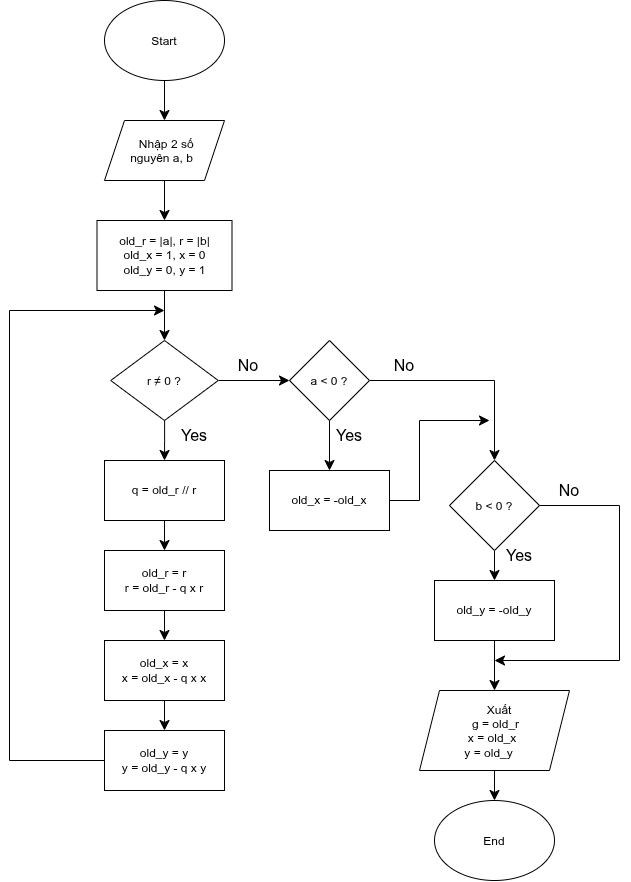
Above: assets/extended_gcd.png in quanghung4dhh/LTMM_Project (draw.io), before the change. Source tidied: cells renumbered, new cells last; positions are measured from the earlier drawing's top-left corner, leaving out a move shared by most shapes. The source it was exported from:
```xml
<mxGraphModel>
  <root>
    <mxCell id="0" />
    <mxCell id="1" parent="0" />
    <mxCell id="2" style="edgeStyle=orthogonalEdgeStyle;curved=1;rounded=0;curveGeometry=1;jettySize=auto;html=1;fontSize=12;defaultLabelBackgroundColor=page;startSize=8;endSize=8;" parent="1" edge="1" source="3" target="5">
      <mxGeometry relative="1" as="geometry" />
    </mxCell>
    <mxCell id="3" value="Start" style="ellipse;whiteSpace=wrap;html=1;shapeInside=1;" parent="1" vertex="1">
      <mxGeometry x="95" width="120" height="80" as="geometry" />
    </mxCell>
    <mxCell id="4" style="edgeStyle=orthogonalEdgeStyle;curved=1;rounded=0;curveGeometry=1;jettySize=auto;html=1;fontSize=12;defaultLabelBackgroundColor=page;startSize=8;endSize=8;" parent="1" edge="1" source="5" target="7">
      <mxGeometry relative="1" as="geometry" />
    </mxCell>
    <mxCell id="5" value="Nhập 2 số nguyên a, b" style="shape=parallelogram;perimeter=parallelogramPerimeter;whiteSpace=wrap;html=1;shapeInside=1;fixedSize=1;" parent="1" vertex="1">
      <mxGeometry x="95" y="120" width="120" height="60" as="geometry" />
    </mxCell>
    <mxCell id="6" style="edgeStyle=orthogonalEdgeStyle;curved=0;rounded=0;jettySize=auto;html=1;entryX=0.5;entryY=0;entryDx=0;entryDy=0;fontSize=12;defaultLabelBackgroundColor=page;startSize=8;endSize=8;" parent="1" edge="1" source="7" target="10">
      <mxGeometry relative="1" as="geometry" />
    </mxCell>
    <mxCell id="7" value="old_r = |a|,&amp;nbsp;&lt;span style=&quot;background-color: transparent; color: light-dark(#000000, var(--ge-light-color, #ffffff));&quot;&gt;r = |b|&lt;/span&gt;&lt;div&gt;old_x = 1,&amp;nbsp;&lt;span style=&quot;background-color: transparent; color: light-dark(#000000, var(--ge-light-color, #ffffff));&quot;&gt;x = 0&lt;/span&gt;&lt;/div&gt;&lt;div&gt;old_y = 0,&amp;nbsp;&lt;span style=&quot;background-color: transparent; color: light-dark(#000000, var(--ge-light-color, #ffffff));&quot;&gt;y = 1&lt;/span&gt;&lt;/div&gt;" style="whiteSpace=wrap;html=1;" parent="1" vertex="1">
      <mxGeometry x="87.5" y="220" width="135" height="70" as="geometry" />
    </mxCell>
    <mxCell id="8" style="edgeStyle=orthogonalEdgeStyle;curved=1;rounded=0;curveGeometry=1;jettySize=auto;html=1;entryX=0;entryY=0.5;entryDx=0;entryDy=0;fontSize=12;defaultLabelBackgroundColor=page;startSize=8;endSize=8;" parent="1" edge="1" source="10" target="20">
      <mxGeometry relative="1" as="geometry" />
    </mxCell>
    <mxCell id="9" style="edgeStyle=orthogonalEdgeStyle;curved=1;rounded=0;curveGeometry=1;jettySize=auto;html=1;fontSize=12;defaultLabelBackgroundColor=page;startSize=8;endSize=8;" parent="1" edge="1" source="10" target="12">
      <mxGeometry relative="1" as="geometry" />
    </mxCell>
    <mxCell id="10" value="r ≠ 0 ?" style="rhombus;whiteSpace=wrap;html=1;shapeInside=1;" parent="1" vertex="1">
      <mxGeometry x="101.2" y="340" width="107.5" height="80" as="geometry" />
    </mxCell>
    <mxCell id="11" style="edgeStyle=orthogonalEdgeStyle;curved=1;rounded=0;curveGeometry=1;jettySize=auto;html=1;fontSize=12;defaultLabelBackgroundColor=page;startSize=8;endSize=8;" parent="1" edge="1" source="12" target="14">
      <mxGeometry relative="1" as="geometry" />
    </mxCell>
    <mxCell id="12" value="q = old_r // r" style="whiteSpace=wrap;html=1;" parent="1" vertex="1">
      <mxGeometry x="95" y="460" width="120" height="60" as="geometry" />
    </mxCell>
    <mxCell id="13" style="edgeStyle=orthogonalEdgeStyle;curved=1;rounded=0;curveGeometry=1;jettySize=auto;html=1;fontSize=12;defaultLabelBackgroundColor=page;startSize=8;endSize=8;" parent="1" edge="1" source="14" target="16">
      <mxGeometry relative="1" as="geometry" />
    </mxCell>
    <mxCell id="14" value="old_r = r&lt;div&gt;r = old_r - q x r&lt;/div&gt;" style="whiteSpace=wrap;html=1;" parent="1" vertex="1">
      <mxGeometry x="95" y="550" width="120" height="60" as="geometry" />
    </mxCell>
    <mxCell id="15" style="edgeStyle=orthogonalEdgeStyle;curved=1;rounded=0;curveGeometry=1;jettySize=auto;html=1;fontSize=12;defaultLabelBackgroundColor=page;startSize=8;endSize=8;" parent="1" edge="1" source="16" target="17">
      <mxGeometry relative="1" as="geometry" />
    </mxCell>
    <mxCell id="16" value="old_x = x&lt;div&gt;x = old_x - q x x&lt;/div&gt;" style="whiteSpace=wrap;html=1;" parent="1" vertex="1">
      <mxGeometry x="95" y="640" width="120" height="60" as="geometry" />
    </mxCell>
    <mxCell id="17" value="old_y = y&lt;div&gt;y = old_y - q x y&lt;/div&gt;" style="whiteSpace=wrap;html=1;" parent="1" vertex="1">
      <mxGeometry x="95" y="730" width="120" height="60" as="geometry" />
    </mxCell>
    <mxCell id="18" style="edgeStyle=orthogonalEdgeStyle;curved=1;rounded=0;curveGeometry=1;jettySize=auto;html=1;fontSize=12;defaultLabelBackgroundColor=page;startSize=8;endSize=8;" parent="1" edge="1" source="20" target="21">
      <mxGeometry relative="1" as="geometry" />
    </mxCell>
    <mxCell id="19" style="edgeStyle=orthogonalEdgeStyle;curved=0;rounded=0;jettySize=auto;html=1;entryX=0.5;entryY=0;entryDx=0;entryDy=0;fontSize=12;defaultLabelBackgroundColor=page;startSize=8;endSize=8;" parent="1" edge="1" source="20" target="23">
      <mxGeometry relative="1" as="geometry" />
    </mxCell>
    <mxCell id="20" value="a &amp;lt; 0 ?" style="rhombus;whiteSpace=wrap;html=1;shapeInside=1;" parent="1" vertex="1">
      <mxGeometry x="280" y="340" width="80" height="80" as="geometry" />
    </mxCell>
    <mxCell id="21" value="old_x = -old_x" style="whiteSpace=wrap;html=1;" parent="1" vertex="1">
      <mxGeometry x="260" y="470" width="120" height="60" as="geometry" />
    </mxCell>
    <mxCell id="22" style="edgeStyle=orthogonalEdgeStyle;curved=1;rounded=0;curveGeometry=1;jettySize=auto;html=1;fontSize=12;defaultLabelBackgroundColor=page;startSize=8;endSize=8;" parent="1" edge="1" source="23" target="25">
      <mxGeometry relative="1" as="geometry" />
    </mxCell>
    <mxCell id="23" value="b &amp;lt; 0 ?" style="rhombus;whiteSpace=wrap;html=1;shapeInside=1;" parent="1" vertex="1">
      <mxGeometry x="440" y="460" width="90" height="90" as="geometry" />
    </mxCell>
    <mxCell id="24" style="edgeStyle=orthogonalEdgeStyle;curved=0;rounded=0;jettySize=auto;html=1;entryX=0.5;entryY=0;entryDx=0;entryDy=0;fontSize=12;defaultLabelBackgroundColor=page;startSize=8;endSize=8;" parent="1" edge="1" source="25" target="27">
      <mxGeometry relative="1" as="geometry" />
    </mxCell>
    <mxCell id="25" value="old_y = -old_y" style="whiteSpace=wrap;html=1;" parent="1" vertex="1">
      <mxGeometry x="425" y="580" width="120" height="60" as="geometry" />
    </mxCell>
    <mxCell id="26" style="edgeStyle=orthogonalEdgeStyle;curved=1;rounded=0;curveGeometry=1;jettySize=auto;html=1;fontSize=12;defaultLabelBackgroundColor=page;startSize=8;endSize=8;" parent="1" edge="1" source="27" target="28">
      <mxGeometry relative="1" as="geometry" />
    </mxCell>
    <mxCell id="27" value="Xuất&lt;div&gt;g = old_r&lt;/div&gt;&lt;div&gt;x = old_x&lt;/div&gt;&lt;div&gt;y = old_y&lt;/div&gt;" style="shape=parallelogram;perimeter=parallelogramPerimeter;whiteSpace=wrap;html=1;shapeInside=1;fixedSize=1;" parent="1" vertex="1">
      <mxGeometry x="410" y="690" width="150" height="80" as="geometry" />
    </mxCell>
    <mxCell id="28" value="End" style="ellipse;whiteSpace=wrap;html=1;shapeInside=1;" parent="1" vertex="1">
      <mxGeometry x="425" y="800" width="120" height="80" as="geometry" />
    </mxCell>
    <mxCell id="29" value="Yes" style="text;html=1;whiteSpace=wrap;strokeColor=none;fillColor=none;align=center;verticalAlign=middle;rounded=0;fontSize=16;" parent="1" vertex="1">
      <mxGeometry x="155" y="420" width="60" height="30" as="geometry" />
    </mxCell>
    <mxCell id="30" value="No" style="text;html=1;whiteSpace=wrap;strokeColor=none;fillColor=none;align=center;verticalAlign=middle;rounded=0;fontSize=16;" parent="1" vertex="1">
      <mxGeometry x="208.8" y="350" width="60" height="30" as="geometry" />
    </mxCell>
    <mxCell id="31" style="edgeStyle=none;jettySize=auto;html=1;rounded=0;fontSize=12;defaultLabelBackgroundColor=page;startSize=8;endSize=8;curved=0;exitX=1;exitY=0.5;exitDx=0;exitDy=0;" parent="1" edge="1" source="21">
      <mxGeometry x="0.06" relative="1" as="geometry">
        <mxPoint x="480" y="420" as="targetPoint" />
        <Array as="points">
          <mxPoint x="410" y="500" />
          <mxPoint x="410" y="420" />
        </Array>
      </mxGeometry>
    </mxCell>
    <mxCell id="32" style="edgeStyle=none;jettySize=auto;html=1;rounded=0;fontSize=12;defaultLabelBackgroundColor=page;startSize=8;endSize=8;curved=0;exitX=0;exitY=0.5;exitDx=0;exitDy=0;" parent="1" edge="1" source="17">
      <mxGeometry relative="1" as="geometry">
        <mxPoint x="155" y="310" as="targetPoint" />
        <Array as="points">
          <mxPoint y="760" />
          <mxPoint y="310" />
        </Array>
      </mxGeometry>
    </mxCell>
    <mxCell id="33" style="edgeStyle=none;jettySize=auto;html=1;rounded=0;fontSize=12;defaultLabelBackgroundColor=page;startSize=8;endSize=8;curved=0;exitX=1;exitY=0.5;exitDx=0;exitDy=0;" parent="1" edge="1" source="23">
      <mxGeometry x="-0.01" relative="1" as="geometry">
        <mxPoint x="485" y="660" as="targetPoint" />
        <Array as="points">
          <mxPoint x="610" y="505" />
          <mxPoint x="610" y="660" />
        </Array>
      </mxGeometry>
    </mxCell>
    <mxCell id="34" value="Yes" style="text;html=1;whiteSpace=wrap;strokeColor=none;fillColor=none;align=center;verticalAlign=middle;rounded=0;fontSize=16;" parent="1" vertex="1">
      <mxGeometry x="310" y="420" width="60" height="30" as="geometry" />
    </mxCell>
    <mxCell id="35" value="No" style="text;html=1;whiteSpace=wrap;strokeColor=none;fillColor=none;align=center;verticalAlign=middle;rounded=0;fontSize=16;" parent="1" vertex="1">
      <mxGeometry x="365" y="350" width="60" height="30" as="geometry" />
    </mxCell>
    <mxCell id="36" value="Yes" style="text;html=1;whiteSpace=wrap;strokeColor=none;fillColor=none;align=center;verticalAlign=middle;rounded=0;fontSize=16;" parent="1" vertex="1">
      <mxGeometry x="480" y="540" width="60" height="30" as="geometry" />
    </mxCell>
    <mxCell id="37" value="No" style="text;html=1;whiteSpace=wrap;strokeColor=none;fillColor=none;align=center;verticalAlign=middle;rounded=0;fontSize=16;" parent="1" vertex="1">
      <mxGeometry x="530" y="475" width="60" height="30" as="geometry" />
    </mxCell>
  </root>
</mxGraphModel>
```
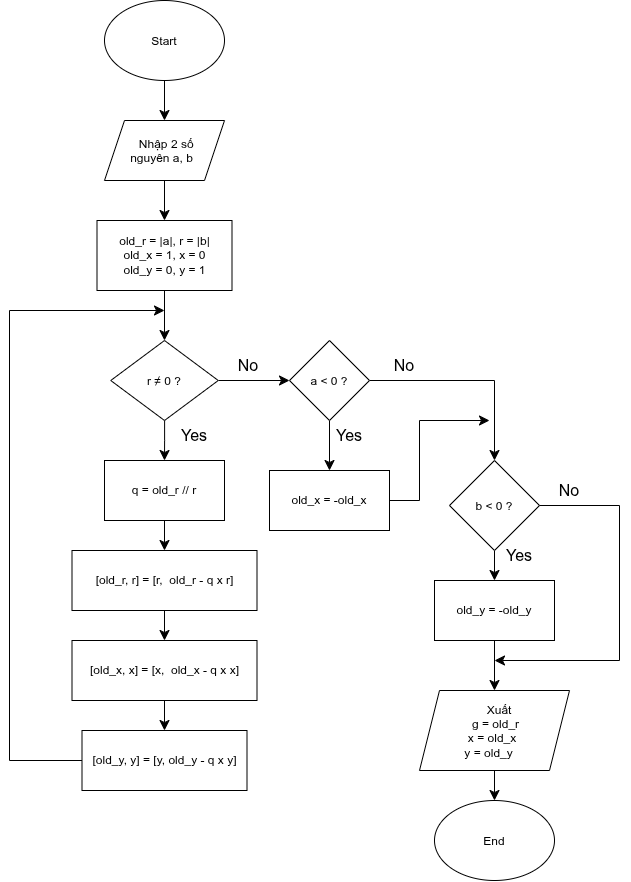
After the change.

Change to the diagram source:
```diff
@@ -38,17 +38,17 @@
     <mxCell id="13" style="edgeStyle=orthogonalEdgeStyle;curved=1;rounded=0;curveGeometry=1;jettySize=auto;html=1;fontSize=12;defaultLabelBackgroundColor=page;startSize=8;endSize=8;" parent="1" edge="1" source="14" target="16">
       <mxGeometry relative="1" as="geometry" />
     </mxCell>
-    <mxCell id="14" value="old_r = r&lt;div&gt;r = old_r - q x r&lt;/div&gt;" style="whiteSpace=wrap;html=1;" parent="1" vertex="1">
-      <mxGeometry x="95" y="550" width="120" height="60" as="geometry" />
+    <mxCell id="14" value="[old_r, r] = [r,&amp;nbsp;&lt;span style=&quot;background-color: transparent; color: light-dark(#000000, var(--ge-light-color, #ffffff));&quot;&gt;&amp;nbsp;old_r - q x r]&lt;/span&gt;" style="whiteSpace=wrap;html=1;" parent="1" vertex="1">
+      <mxGeometry x="62.5" y="550" width="185" height="60" as="geometry" />
     </mxCell>
     <mxCell id="15" style="edgeStyle=orthogonalEdgeStyle;curved=1;rounded=0;curveGeometry=1;jettySize=auto;html=1;fontSize=12;defaultLabelBackgroundColor=page;startSize=8;endSize=8;" parent="1" edge="1" source="16" target="17">
       <mxGeometry relative="1" as="geometry" />
     </mxCell>
-    <mxCell id="16" value="old_x = x&lt;div&gt;x = old_x - q x x&lt;/div&gt;" style="whiteSpace=wrap;html=1;" parent="1" vertex="1">
-      <mxGeometry x="95" y="640" width="120" height="60" as="geometry" />
+    <mxCell id="16" value="[old_x, x] = [x,&amp;nbsp;&lt;span style=&quot;background-color: transparent; color: light-dark(#000000, var(--ge-light-color, #ffffff));&quot;&gt;&amp;nbsp;old_x - q x x]&lt;/span&gt;" style="whiteSpace=wrap;html=1;" parent="1" vertex="1">
+      <mxGeometry x="62.5" y="640" width="185" height="60" as="geometry" />
     </mxCell>
-    <mxCell id="17" value="old_y = y&lt;div&gt;y = old_y - q x y&lt;/div&gt;" style="whiteSpace=wrap;html=1;" parent="1" vertex="1">
-      <mxGeometry x="95" y="730" width="120" height="60" as="geometry" />
+    <mxCell id="17" value="[old_y, y] = [y,&amp;nbsp;&lt;span style=&quot;background-color: transparent; color: light-dark(#000000, var(--ge-light-color, #ffffff));&quot;&gt;old_y - q x y]&lt;/span&gt;" style="whiteSpace=wrap;html=1;" parent="1" vertex="1">
+      <mxGeometry x="72.5" y="730" width="165" height="60" as="geometry" />
     </mxCell>
     <mxCell id="18" style="edgeStyle=orthogonalEdgeStyle;curved=1;rounded=0;curveGeometry=1;jettySize=auto;html=1;fontSize=12;defaultLabelBackgroundColor=page;startSize=8;endSize=8;" parent="1" edge="1" source="20" target="21">
       <mxGeometry relative="1" as="geometry" />
```
